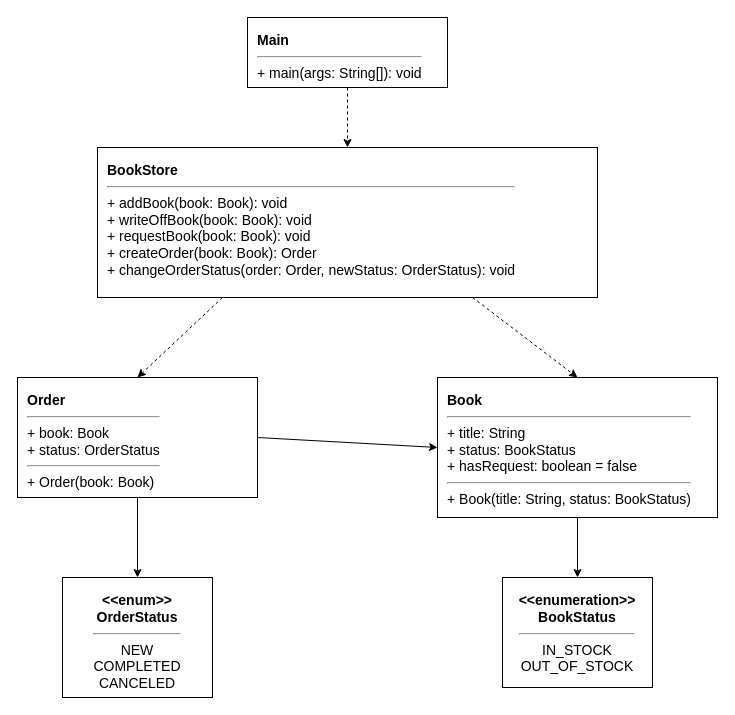
Above: page "Страница-4" (4 of 4) of task3/4/Диаграмма классов (исходная).drawio in matthewfln/sental-courses (draw.io), before the change. Source tidied: cells renumbered, new cells numbered last; positions are measured from the earlier drawing's top-left corner, leaving out a move shared by most shapes. Both pictures are drawn from the tidied source at 100%, with x=0, y=0 at pixel (17, 17).
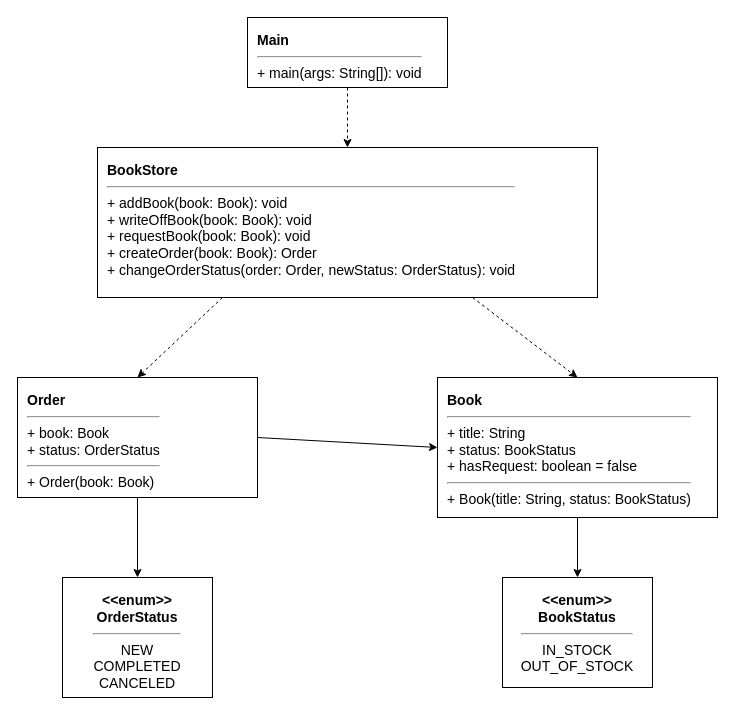
After the change.

Change to the diagram source:
```diff
@@
 <mxGraphModel>
   <root>
     <mxCell id="0" />
     <mxCell id="1" parent="0" />
     <mxCell id="2" value="&lt;b&gt;Main&lt;/b&gt;&lt;hr&gt;+ main(args: String[]): void" style="rounded=0;whiteSpace=wrap;html=1;verticalAlign=top;align=left;spacing=10;fontSize=14;" parent="1" vertex="1">
       <mxGeometry x="230" width="200" height="70" as="geometry" />
     </mxCell>
     <mxCell id="3" value="&lt;b&gt;BookStore&lt;/b&gt;&lt;hr&gt;+ addBook(book: Book): void&lt;br&gt;+ writeOffBook(book: Book): void&lt;br&gt;+ requestBook(book: Book): void&lt;br&gt;+ createOrder(book: Book): Order&lt;br&gt;+ changeOrderStatus(order: Order, newStatus: OrderStatus): void" style="rounded=0;whiteSpace=wrap;html=1;verticalAlign=top;align=left;spacing=10;fontSize=14;" parent="1" vertex="1">
       <mxGeometry x="80" y="130" width="500" height="150" as="geometry" />
     </mxCell>
     <mxCell id="4" value="&lt;b&gt;Order&lt;/b&gt;&lt;hr&gt;+ book: Book&lt;br&gt;+ status: OrderStatus&lt;hr&gt;+ Order(book: Book)" style="rounded=0;whiteSpace=wrap;html=1;verticalAlign=top;align=left;spacing=10;fontSize=14;" parent="1" vertex="1">
       <mxGeometry y="360" width="240" height="120" as="geometry" />
     </mxCell>
     <mxCell id="5" value="&lt;b&gt;Book&lt;/b&gt;&lt;hr&gt;+ title: String&lt;br&gt;+ status: BookStatus&lt;br&gt;+ hasRequest: boolean = false&lt;hr&gt;+ Book(title: String, status: BookStatus)" style="rounded=0;whiteSpace=wrap;html=1;verticalAlign=top;align=left;spacing=10;fontSize=14;" parent="1" vertex="1">
       <mxGeometry x="420" y="360" width="280" height="140" as="geometry" />
     </mxCell>
     <mxCell id="6" value="&lt;b&gt;&amp;lt;&amp;lt;enum&amp;gt;&amp;gt;&lt;br&gt;OrderStatus&lt;/b&gt;&lt;hr&gt;NEW&lt;br&gt;COMPLETED&lt;br&gt;CANCELED" style="rounded=0;whiteSpace=wrap;html=1;verticalAlign=top;align=center;spacing=10;fontSize=14;" parent="1" vertex="1">
       <mxGeometry x="45" y="560" width="150" height="120" as="geometry" />
     </mxCell>
-    <mxCell id="7" value="&lt;b&gt;&amp;lt;&amp;lt;enumeration&amp;gt;&amp;gt;&lt;br&gt;BookStatus&lt;/b&gt;&lt;hr&gt;IN_STOCK&lt;br&gt;OUT_OF_STOCK" style="rounded=0;whiteSpace=wrap;html=1;verticalAlign=top;align=center;spacing=10;fontSize=14;" parent="1" vertex="1">
+    <mxCell id="7" value="&lt;b&gt;&amp;lt;&amp;lt;enum&amp;gt;&amp;gt;&lt;br&gt;BookStatus&lt;/b&gt;&lt;hr&gt;IN_STOCK&lt;br&gt;OUT_OF_STOCK" style="rounded=0;whiteSpace=wrap;html=1;verticalAlign=top;align=center;spacing=10;fontSize=14;" parent="1" vertex="1">
       <mxGeometry x="485" y="560" width="150" height="110" as="geometry" />
     </mxCell>
     <mxCell id="8" style="endArrow=classic;dashed=1;html=1;rounded=0;exitX=0.5;exitY=1;entryX=0.5;entryY=0;" parent="1" edge="1" source="2" target="3">
       <mxGeometry relative="1" as="geometry" />
     </mxCell>
     <mxCell id="9" style="endArrow=classic;dashed=1;html=1;rounded=0;exitX=0.25;exitY=1;entryX=0.5;entryY=0;" parent="1" edge="1" source="3" target="4">
       <mxGeometry relative="1" as="geometry" />
     </mxCell>
     <mxCell id="10" style="endArrow=classic;dashed=1;html=1;rounded=0;exitX=0.75;exitY=1;entryX=0.5;entryY=0;" parent="1" edge="1" source="3" target="5">
       <mxGeometry relative="1" as="geometry" />
     </mxCell>
     <mxCell id="11" style="endArrow=classic;html=1;rounded=0;exitX=1;exitY=0.5;entryX=0;entryY=0.5;" parent="1" edge="1" source="4" target="5">
       <mxGeometry relative="1" as="geometry" />
     </mxCell>
     <mxCell id="12" style="endArrow=classic;html=1;rounded=0;exitX=0.5;exitY=1;entryX=0.5;entryY=0;" parent="1" edge="1" source="4" target="6">
       <mxGeometry relative="1" as="geometry" />
     </mxCell>
     <mxCell id="13" style="endArrow=classic;html=1;rounded=0;exitX=0.5;exitY=1;entryX=0.5;entryY=0;" parent="1" edge="1" source="5" target="7">
       <mxGeometry relative="1" as="geometry" />
     </mxCell>
   </root>
 </mxGraphModel>
```
